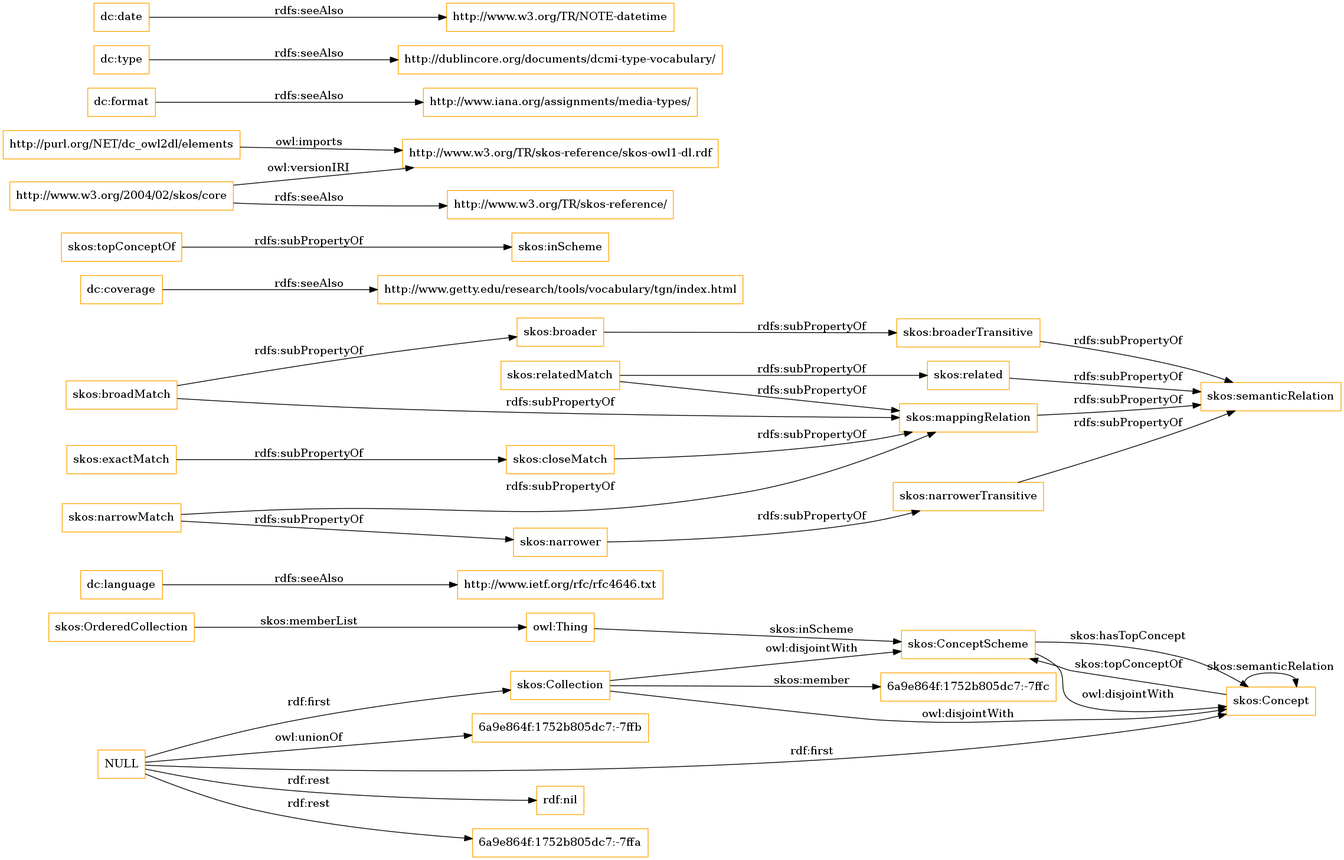
The Graphviz diagram OnToology/imports/elements.owl/diagrams/ar2dtool-class/elements.owl.png in OnToologyUser/core-ontology-1, before a commit. Its source is kept beside it as OnToology/imports/elements.owl/diagrams/ar2dtool-class/elements.owl.png.dot.
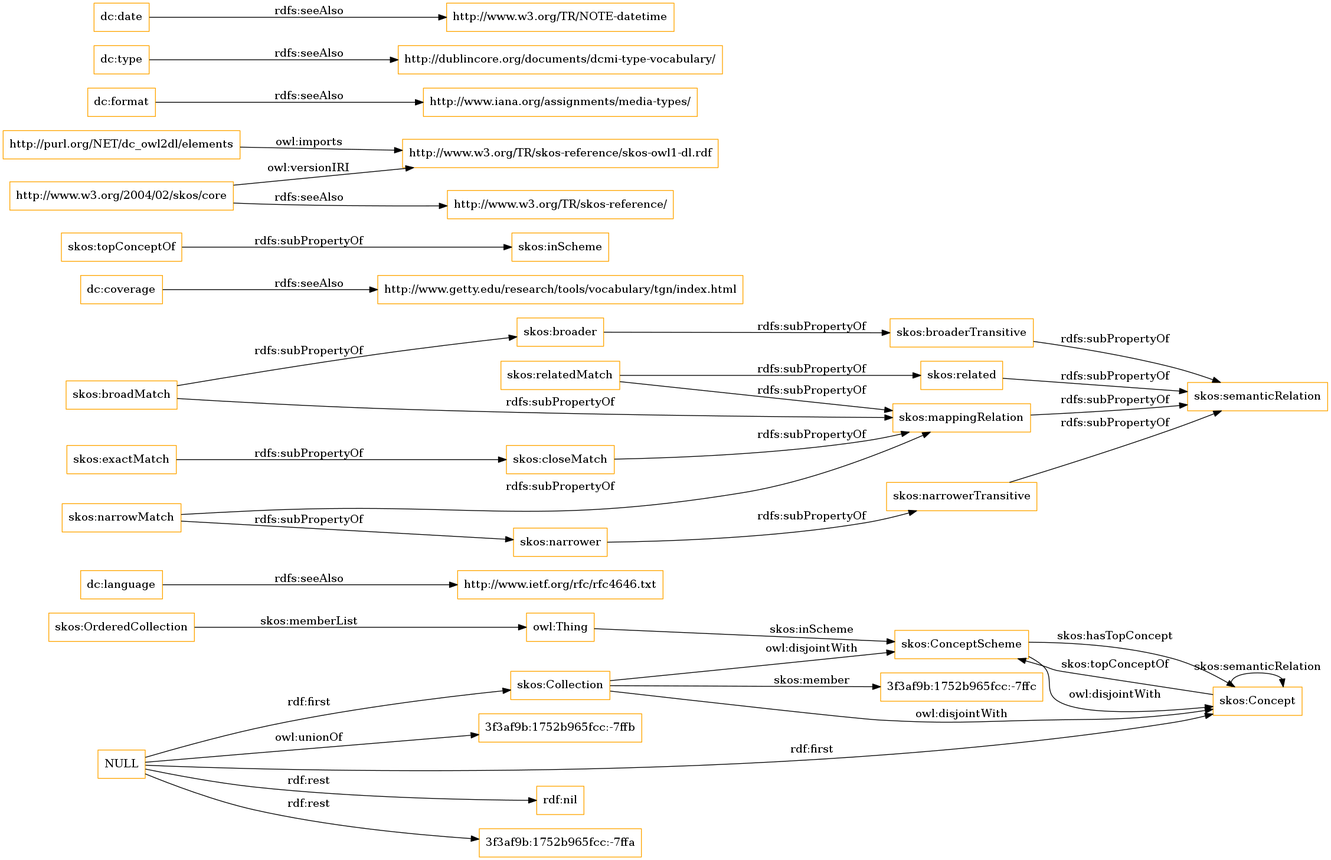
The same file after the commit.

What changed in the source:
```diff
@@ -1,13 +1,13 @@
 digraph ar2dtool_diagram {
 rankdir=LR;
 size="1501"
-node [shape = rectangle, color="orange"]; "6a9e864f:1752b805dc7:-7ffc" "skos:OrderedCollection" "skos:Collection" "skos:ConceptScheme" "skos:Concept" ; /*classes style*/
+node [shape = rectangle, color="orange"]; "3f3af9b:1752b965fcc:-7ffc" "skos:OrderedCollection" "skos:Collection" "skos:ConceptScheme" "skos:Concept" ; /*classes style*/
 	"dc:language" -> "http://www.ietf.org/rfc/rfc4646.txt" [ label = "rdfs:seeAlso" ];
 	"NULL" -> "rdf:nil" [ label = "rdf:rest" ];
 	"NULL" -> "skos:Collection" [ label = "rdf:first" ];
-	"NULL" -> "6a9e864f:1752b805dc7:-7ffa" [ label = "rdf:rest" ];
+	"NULL" -> "3f3af9b:1752b965fcc:-7ffa" [ label = "rdf:rest" ];
 	"NULL" -> "skos:Concept" [ label = "rdf:first" ];
-	"NULL" -> "6a9e864f:1752b805dc7:-7ffb" [ label = "owl:unionOf" ];
+	"NULL" -> "3f3af9b:1752b965fcc:-7ffb" [ label = "owl:unionOf" ];
 	"skos:closeMatch" -> "skos:mappingRelation" [ label = "rdfs:subPropertyOf" ];
 	"dc:coverage" -> "http://www.getty.edu/research/tools/vocabulary/tgn/index.html" [ label = "rdfs:seeAlso" ];
 	"skos:relatedMatch" -> "skos:related" [ label = "rdfs:subPropertyOf" ];
@@ -36,7 +36,7 @@
 	"skos:OrderedCollection" -> "owl:Thing" [ label = "skos:memberList" ];
 	"skos:Concept" -> "skos:ConceptScheme" [ label = "skos:topConceptOf" ];
 	"skos:Concept" -> "skos:Concept" [ label = "skos:semanticRelation" ];
-	"skos:Collection" -> "6a9e864f:1752b805dc7:-7ffc" [ label = "skos:member" ];
+	"skos:Collection" -> "3f3af9b:1752b965fcc:-7ffc" [ label = "skos:member" ];
 	"skos:ConceptScheme" -> "skos:Concept" [ label = "skos:hasTopConcept" ];
 	"owl:Thing" -> "skos:ConceptScheme" [ label = "skos:inScheme" ];
 
```
